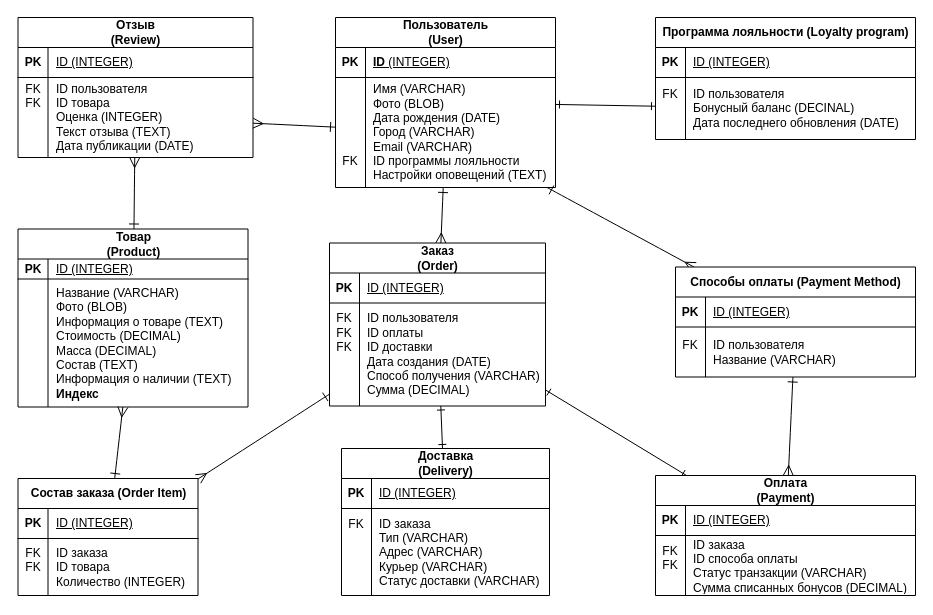
This is LW1 (PDM).drawio from epolyanskiy/ITMO-DBD, a draw.io file, before an edit. Source tidied: cells renumbered, new cells numbered last; positions are measured from the earlier drawing's top-left corner, leaving out a move shared by most shapes. Both pictures are drawn from the tidied source at 100%, with x=0, y=0 at pixel (17, 17).
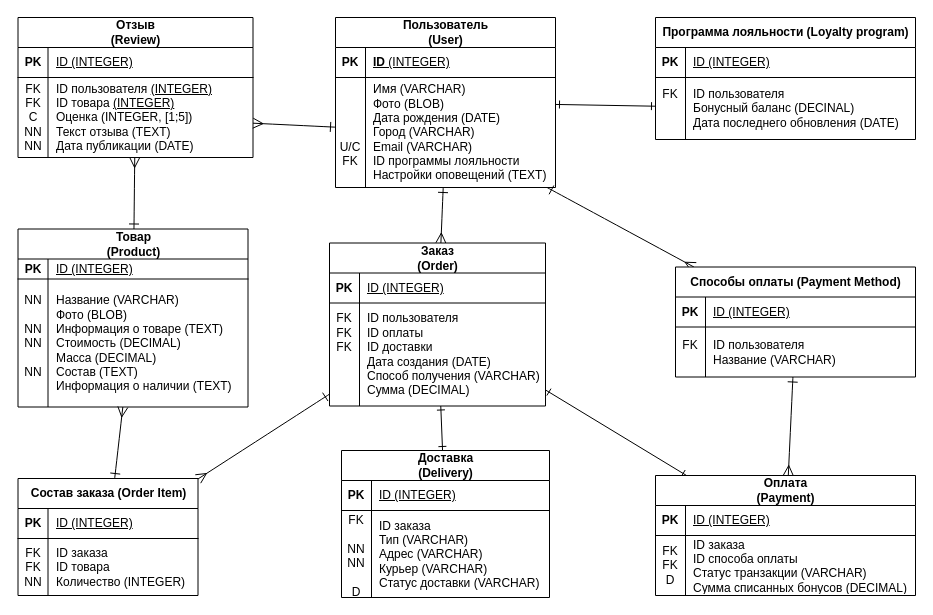
Above is the later version.

Unchanged cells that the change refers to:
```xml
<mxCell id="16" style="shape=tableRow;horizontal=0;startSize=0;swimlaneHead=0;swimlaneBody=0;fillColor=none;points=[[0,0.5],[1,0.5]];portConstraint=eastwest;top=0;left=0;right=0;bottom=0;" parent="12" vertex="1">
  <mxGeometry y="60" width="220" height="110" as="geometry" />
</mxCell>
<mxCell id="37" style="shape=tableRow;horizontal=0;startSize=0;swimlaneHead=0;swimlaneBody=0;fillColor=none;top=0;left=0;right=0;bottom=0;" parent="33" vertex="1">
  <mxGeometry y="60" width="180" height="57" as="geometry" />
</mxCell>
<mxCell id="44" style="shape=tableRow;horizontal=0;startSize=0;swimlaneHead=0;swimlaneBody=0;fillColor=none;top=0;left=0;right=0;bottom=0;" parent="40" vertex="1">
  <mxGeometry y="60" width="208" height="87" as="geometry" />
</mxCell>
<mxCell id="51" style="shape=tableRow;horizontal=0;startSize=0;swimlaneHead=0;swimlaneBody=0;fillColor=none;top=0;left=0;right=0;bottom=0;" parent="47" vertex="1">
  <mxGeometry y="60" width="260" height="60" as="geometry" />
</mxCell>
<mxCell id="65" style="shape=tableRow;horizontal=0;startSize=0;swimlaneHead=0;swimlaneBody=0;fillColor=none;points=[[0,0.5],[1,0.5]];portConstraint=eastwest;top=0;left=0;right=0;bottom=0;" parent="61" vertex="1">
  <mxGeometry y="60" width="235" height="80" as="geometry" />
</mxCell>
<mxCell id="72" style="shape=tableRow;horizontal=0;startSize=0;swimlaneHead=0;swimlaneBody=0;fillColor=none;top=0;left=0;right=0;bottom=0;" parent="68" vertex="1">
  <mxGeometry y="50" width="230" height="128" as="geometry" />
</mxCell>
```

Change to the diagram source:
```diff
@@
-    <mxCell id="17" value="&lt;div&gt;&lt;br&gt;&lt;/div&gt;&lt;div&gt;&lt;br&gt;&lt;/div&gt;&lt;div&gt;&lt;br&gt;&lt;/div&gt;&lt;div&gt;&lt;br&gt;&lt;/div&gt;&lt;div&gt;FK&lt;br&gt;&lt;/div&gt;" style="shape=partialRectangle;fillColor=none;top=0;left=0;bottom=0;right=0;overflow=hidden;whiteSpace=wrap;html=1;" parent="16" vertex="1">
+    <mxCell id="17" value="&lt;div&gt;&lt;br&gt;&lt;/div&gt;&lt;div&gt;&lt;br&gt;&lt;/div&gt;&lt;div&gt;&lt;br&gt;&lt;/div&gt;&lt;div&gt;U/С&lt;/div&gt;&lt;div&gt;FK&lt;br&gt;&lt;/div&gt;" style="shape=partialRectangle;fillColor=none;top=0;left=0;bottom=0;right=0;overflow=hidden;whiteSpace=wrap;html=1;" parent="16" vertex="1">
       <mxGeometry width="30" height="110" as="geometry" />
     </mxCell>
@@
-    <mxCell id="38" value="FK&lt;div&gt;FK&lt;/div&gt;&lt;div&gt;&lt;br&gt;&lt;/div&gt;" style="shape=partialRectangle;fillColor=none;top=0;left=0;bottom=0;right=0;overflow=hidden;whiteSpace=wrap;html=1;" parent="37" vertex="1">
+    <mxCell id="38" value="FK&lt;div&gt;FK&lt;/div&gt;&lt;div&gt;NN&lt;/div&gt;" style="shape=partialRectangle;fillColor=none;top=0;left=0;bottom=0;right=0;overflow=hidden;whiteSpace=wrap;html=1;" parent="37" vertex="1">
       <mxGeometry width="30" height="57" as="geometry" />
     </mxCell>
@@
     <mxCell id="40" value="&lt;span style=&quot;white-space: normal;&quot;&gt;Доставка (Delivery)&lt;/span&gt;" style="shape=table;startSize=30;childLayout=tableLayout;rowLines=0;fontStyle=1;align=center;html=1;" parent="1" vertex="1">
-      <mxGeometry x="324" y="431" width="208" height="147" as="geometry" />
+      <mxGeometry x="324" y="433" width="208" height="147" as="geometry" />
     </mxCell>
@@
-    <mxCell id="45" value="FK&lt;div&gt;&lt;br&gt;&lt;/div&gt;&lt;div&gt;&lt;br&gt;&lt;/div&gt;&lt;div&gt;&lt;br&gt;&lt;/div&gt;&lt;div&gt;&lt;br&gt;&lt;/div&gt;" style="shape=partialRectangle;fillColor=none;top=0;left=0;bottom=0;right=0;overflow=hidden;whiteSpace=wrap;html=1;" parent="44" vertex="1">
+    <mxCell id="45" value="FK&lt;div&gt;&lt;br&gt;&lt;/div&gt;&lt;div&gt;NN&lt;/div&gt;&lt;div&gt;NN&lt;/div&gt;&lt;div&gt;&lt;br&gt;&lt;/div&gt;&lt;div&gt;D&lt;/div&gt;&lt;div&gt;&lt;br&gt;&lt;/div&gt;&lt;div&gt;&lt;br&gt;&lt;/div&gt;&lt;div&gt;&lt;br&gt;&lt;/div&gt;" style="shape=partialRectangle;fillColor=none;top=0;left=0;bottom=0;right=0;overflow=hidden;whiteSpace=wrap;html=1;" parent="44" vertex="1">
       <mxGeometry width="30" height="87" as="geometry" />
     </mxCell>
@@
-    <mxCell id="52" value="&lt;span style=&quot;caret-color: rgb(0, 0, 0); color: rgb(0, 0, 0); font-family: Helvetica; font-size: 12px; font-style: normal; font-variant-caps: normal; letter-spacing: normal; text-align: left; text-indent: 0px; text-transform: none; white-space: nowrap; word-spacing: 0px; -webkit-text-stroke-width: 0px; text-decoration: none;&quot;&gt;FK&lt;/span&gt;&lt;div&gt;&lt;span style=&quot;caret-color: rgb(0, 0, 0); color: rgb(0, 0, 0); font-family: Helvetica; font-size: 12px; font-style: normal; font-variant-caps: normal; letter-spacing: normal; text-align: left; text-indent: 0px; text-transform: none; white-space: nowrap; word-spacing: 0px; -webkit-text-stroke-width: 0px; text-decoration: none;&quot;&gt;FK&lt;/span&gt;&lt;/div&gt;&lt;div&gt;&lt;span style=&quot;caret-color: rgb(0, 0, 0); color: rgb(0, 0, 0); font-family: Helvetica; font-size: 12px; font-style: normal; font-variant-caps: normal; letter-spacing: normal; text-align: left; text-indent: 0px; text-transform: none; white-space: nowrap; word-spacing: 0px; -webkit-text-stroke-width: 0px; text-decoration: none;&quot;&gt;&lt;br&gt;&lt;/span&gt;&lt;div&gt;&lt;span style=&quot;caret-color: rgb(0, 0, 0); color: rgb(0, 0, 0); font-family: Helvetica; font-size: 12px; font-style: normal; font-variant-caps: normal; letter-spacing: normal; text-align: left; text-indent: 0px; text-transform: none; white-space: nowrap; word-spacing: 0px; -webkit-text-stroke-width: 0px; text-decoration: none;&quot;&gt;&lt;/span&gt;&lt;/div&gt;&lt;/div&gt;" style="shape=partialRectangle;fillColor=none;top=0;left=0;bottom=0;right=0;overflow=hidden;whiteSpace=wrap;html=1;fontStyle=0;" parent="51" vertex="1">
+    <mxCell id="52" value="&lt;span style=&quot;caret-color: rgb(0, 0, 0); color: rgb(0, 0, 0); font-family: Helvetica; font-size: 12px; font-style: normal; font-variant-caps: normal; letter-spacing: normal; text-align: left; text-indent: 0px; text-transform: none; white-space: nowrap; word-spacing: 0px; -webkit-text-stroke-width: 0px; text-decoration: none;&quot;&gt;FK&lt;/span&gt;&lt;div&gt;&lt;span style=&quot;caret-color: rgb(0, 0, 0); color: rgb(0, 0, 0); font-family: Helvetica; font-size: 12px; font-style: normal; font-variant-caps: normal; letter-spacing: normal; text-align: left; text-indent: 0px; text-transform: none; white-space: nowrap; word-spacing: 0px; -webkit-text-stroke-width: 0px; text-decoration: none;&quot;&gt;FK&lt;/span&gt;&lt;/div&gt;&lt;div&gt;&lt;span style=&quot;caret-color: rgb(0, 0, 0); color: rgb(0, 0, 0); font-family: Helvetica; font-size: 12px; font-style: normal; font-variant-caps: normal; letter-spacing: normal; text-align: left; text-indent: 0px; text-transform: none; white-space: nowrap; word-spacing: 0px; -webkit-text-stroke-width: 0px; text-decoration: none;&quot;&gt;D&lt;br&gt;&lt;/span&gt;&lt;div&gt;&lt;span style=&quot;caret-color: rgb(0, 0, 0); color: rgb(0, 0, 0); font-family: Helvetica; font-size: 12px; font-style: normal; font-variant-caps: normal; letter-spacing: normal; text-align: left; text-indent: 0px; text-transform: none; white-space: nowrap; word-spacing: 0px; -webkit-text-stroke-width: 0px; text-decoration: none;&quot;&gt;&lt;/span&gt;&lt;/div&gt;&lt;/div&gt;" style="shape=partialRectangle;fillColor=none;top=0;left=0;bottom=0;right=0;overflow=hidden;whiteSpace=wrap;html=1;fontStyle=0;" parent="51" vertex="1">
       <mxGeometry width="30" height="60" as="geometry" />
     </mxCell>
@@
-    <mxCell id="66" value="FK&lt;div&gt;FK&lt;/div&gt;&lt;div&gt;&lt;br&gt;&lt;/div&gt;&lt;div&gt;&lt;br&gt;&lt;/div&gt;&lt;div&gt;&lt;br&gt;&lt;/div&gt;" style="shape=partialRectangle;fillColor=none;top=0;left=0;bottom=0;right=0;overflow=hidden;whiteSpace=wrap;html=1;" parent="65" vertex="1">
+    <mxCell id="66" value="FK&lt;div&gt;FK&lt;/div&gt;&lt;div&gt;С&lt;/div&gt;&lt;div&gt;NN&lt;/div&gt;&lt;div&gt;NN&lt;/div&gt;" style="shape=partialRectangle;fillColor=none;top=0;left=0;bottom=0;right=0;overflow=hidden;whiteSpace=wrap;html=1;" parent="65" vertex="1">
       <mxGeometry width="30" height="80" as="geometry" />
     </mxCell>
-    <mxCell id="67" value="&lt;span style=&quot;white-space: nowrap;&quot;&gt;ID пользователя&lt;/span&gt;&lt;br style=&quot;white-space: nowrap;&quot;&gt;&lt;span style=&quot;white-space: nowrap;&quot;&gt;ID товара&lt;/span&gt;&lt;br style=&quot;white-space: nowrap;&quot;&gt;&lt;span style=&quot;white-space: nowrap;&quot;&gt;Оценка (INTEGER)&lt;/span&gt;&lt;br style=&quot;white-space: nowrap;&quot;&gt;&lt;span style=&quot;white-space: nowrap;&quot;&gt;Текст отзыва (TEXT)&lt;/span&gt;&lt;br style=&quot;white-space: nowrap;&quot;&gt;&lt;span style=&quot;white-space: nowrap;&quot;&gt;Дата публикации (DATE)&lt;/span&gt;" style="shape=partialRectangle;fillColor=none;top=0;left=0;bottom=0;right=0;align=left;spacingLeft=6;overflow=hidden;whiteSpace=wrap;html=1;" parent="65" vertex="1">
+    <mxCell id="67" value="&lt;span style=&quot;white-space: nowrap;&quot;&gt;ID пользователя&amp;nbsp;&lt;/span&gt;&lt;span style=&quot;white-space: nowrap; text-decoration: underline;&quot;&gt;(INTEGER)&lt;/span&gt;&lt;br style=&quot;white-space: nowrap;&quot;&gt;&lt;span style=&quot;white-space: nowrap;&quot;&gt;ID товара&amp;nbsp;&lt;/span&gt;&lt;span style=&quot;white-space: nowrap; text-decoration: underline;&quot;&gt;(INTEGER)&lt;/span&gt;&lt;br style=&quot;white-space: nowrap;&quot;&gt;&lt;span style=&quot;white-space: nowrap;&quot;&gt;Оценка (INTEGER, [1;5])&lt;/span&gt;&lt;br style=&quot;white-space: nowrap;&quot;&gt;&lt;span style=&quot;white-space: nowrap;&quot;&gt;Текст отзыва (TEXT)&lt;/span&gt;&lt;br style=&quot;white-space: nowrap;&quot;&gt;&lt;span style=&quot;white-space: nowrap;&quot;&gt;Дата публикации (DATE)&lt;/span&gt;" style="shape=partialRectangle;fillColor=none;top=0;left=0;bottom=0;right=0;align=left;spacingLeft=6;overflow=hidden;whiteSpace=wrap;html=1;" parent="65" vertex="1">
       <mxGeometry x="30" width="205" height="80" as="geometry" />
     </mxCell>
@@
-    <mxCell id="73" style="shape=partialRectangle;fillColor=none;top=0;left=0;bottom=0;right=0;overflow=hidden;whiteSpace=wrap;html=1;" parent="72" vertex="1">
+    <mxCell id="73" value="NN&lt;div&gt;&lt;br&gt;&lt;/div&gt;&lt;div&gt;NN&lt;/div&gt;&lt;div&gt;NN&lt;/div&gt;&lt;div&gt;&lt;br&gt;&lt;/div&gt;&lt;div&gt;NN&lt;/div&gt;&lt;div&gt;&lt;br&gt;&lt;/div&gt;" style="shape=partialRectangle;fillColor=none;top=0;left=0;bottom=0;right=0;overflow=hidden;whiteSpace=wrap;html=1;" parent="72" vertex="1">
       <mxGeometry width="30" height="128" as="geometry" />
     </mxCell>
-    <mxCell id="74" value="&lt;span style=&quot;white-space: nowrap;&quot;&gt;Название (VARCHAR)&lt;/span&gt;&lt;br style=&quot;white-space: nowrap;&quot;&gt;&lt;span style=&quot;white-space: nowrap;&quot;&gt;Фото (BLOB)&lt;/span&gt;&lt;br style=&quot;white-space: nowrap;&quot;&gt;&lt;span style=&quot;white-space: nowrap;&quot;&gt;Информация о товаре (TEXT)&lt;/span&gt;&lt;br style=&quot;white-space: nowrap;&quot;&gt;&lt;span style=&quot;white-space: nowrap;&quot;&gt;Стоимость (DECIMAL)&lt;/span&gt;&lt;br style=&quot;white-space: nowrap;&quot;&gt;&lt;span style=&quot;white-space: nowrap;&quot;&gt;Масса (DECIMAL)&lt;/span&gt;&lt;br style=&quot;white-space: nowrap;&quot;&gt;&lt;span style=&quot;white-space: nowrap;&quot;&gt;Состав (TEXT)&lt;/span&gt;&lt;br style=&quot;white-space: nowrap;&quot;&gt;&lt;span style=&quot;white-space: nowrap;&quot;&gt;Информация о наличии (TEXT)&lt;/span&gt;&lt;div style=&quot;white-space: nowrap;&quot;&gt;&lt;b&gt;Индекс&lt;/b&gt;&lt;/div&gt;" style="shape=partialRectangle;fillColor=none;top=0;left=0;bottom=0;right=0;align=left;spacingLeft=6;overflow=hidden;whiteSpace=wrap;html=1;" parent="72" vertex="1">
+    <mxCell id="74" value="&lt;span style=&quot;white-space: nowrap;&quot;&gt;Название (VARCHAR)&lt;/span&gt;&lt;br style=&quot;white-space: nowrap;&quot;&gt;&lt;span style=&quot;white-space: nowrap;&quot;&gt;Фото (BLOB)&lt;/span&gt;&lt;br style=&quot;white-space: nowrap;&quot;&gt;&lt;span style=&quot;white-space: nowrap;&quot;&gt;Информация о товаре (TEXT)&lt;/span&gt;&lt;br style=&quot;white-space: nowrap;&quot;&gt;&lt;span style=&quot;white-space: nowrap;&quot;&gt;Стоимость (DECIMAL)&lt;/span&gt;&lt;br style=&quot;white-space: nowrap;&quot;&gt;&lt;span style=&quot;white-space: nowrap;&quot;&gt;Масса (DECIMAL)&lt;/span&gt;&lt;br style=&quot;white-space: nowrap;&quot;&gt;&lt;span style=&quot;white-space: nowrap;&quot;&gt;Состав (TEXT)&lt;/span&gt;&lt;br style=&quot;white-space: nowrap;&quot;&gt;&lt;span style=&quot;white-space: nowrap;&quot;&gt;Информация о наличии (TEXT)&lt;/span&gt;" style="shape=partialRectangle;fillColor=none;top=0;left=0;bottom=0;right=0;align=left;spacingLeft=6;overflow=hidden;whiteSpace=wrap;html=1;" parent="72" vertex="1">
       <mxGeometry x="30" width="200" height="128" as="geometry" />
     </mxCell>
```
